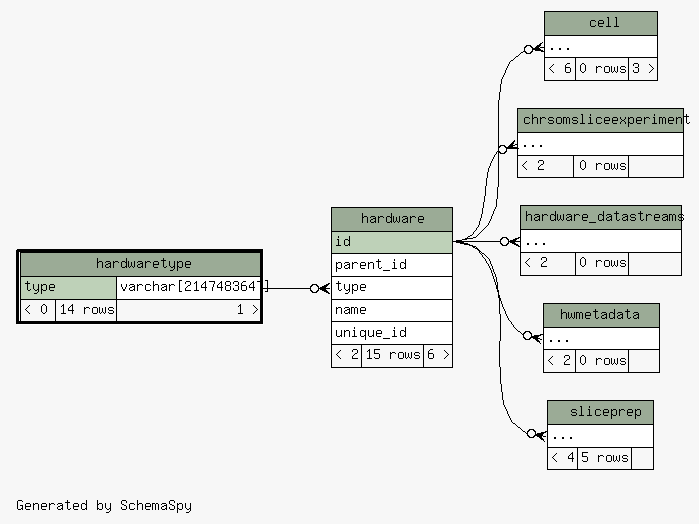
tgbugs/mlab keeps this Graphviz diagram as database/ss/diagrams/hardwaretype.2degrees.png. Above is the earlier version. Its source is kept beside it as database/ss/diagrams/hardwaretype.2degrees.dot.
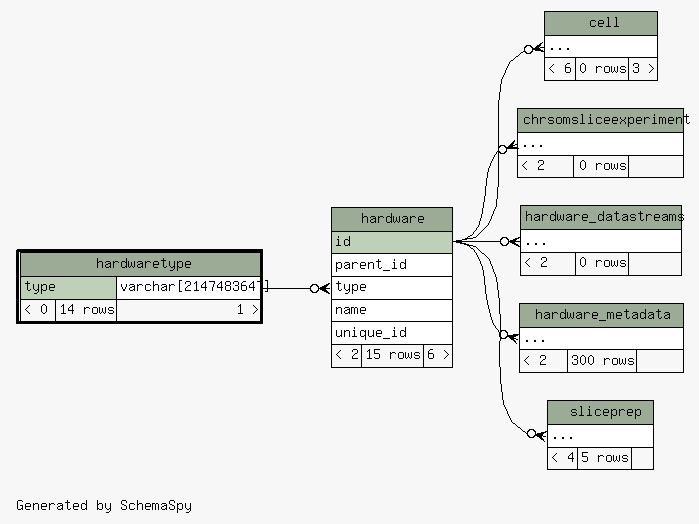
After the change.

What changed in the source:
```diff
@@ -21,7 +21,7 @@
   "chrsomsliceexperiment":"elipses":w -> "hardware":"id":e [arrowhead=none dir=back arrowtail=crowodot];
   "hardware":"type":w -> "hardwaretype":"type.type":e [arrowhead=none dir=back arrowtail=crowodot];
   "hardware_datastreams":"elipses":w -> "hardware":"id":e [arrowhead=none dir=back arrowtail=crowodot];
-  "hwmetadata":"elipses":w -> "hardware":"id":e [arrowhead=none dir=back arrowtail=crowodot];
+  "hardware_metadata":"elipses":w -> "hardware":"id":e [arrowhead=none dir=back arrowtail=crowodot];
   "sliceprep":"elipses":w -> "hardware":"id":e [arrowhead=none dir=back arrowtail=crowodot];
   "cell" [
     label=<
@@ -67,6 +67,16 @@
     URL="hardware_datastreams.html"
     tooltip="hardware_datastreams"
   ];
+  "hardware_metadata" [
+    label=<
+    <TABLE BORDER="0" CELLBORDER="1" CELLSPACING="0" BGCOLOR="#ffffff">
+      <TR><TD COLSPAN="3" BGCOLOR="#9bab96" ALIGN="CENTER">hardware_metadata</TD></TR>
+      <TR><TD PORT="elipses" COLSPAN="3" ALIGN="LEFT">...</TD></TR>
+      <TR><TD ALIGN="LEFT" BGCOLOR="#f7f7f7">&lt; 2</TD><TD ALIGN="RIGHT" BGCOLOR="#f7f7f7">300 rows</TD><TD ALIGN="RIGHT" BGCOLOR="#f7f7f7">  </TD></TR>
+    </TABLE>>
+    URL="hardware_metadata.html"
+    tooltip="hardware_metadata"
+  ];
   "hardwaretype" [
     label=<
     <TABLE BORDER="2" CELLBORDER="1" CELLSPACING="0" BGCOLOR="#ffffff">
@@ -76,16 +86,6 @@
     </TABLE>>
     URL="hardwaretype.html"
     tooltip="hardwaretype"
-  ];
-  "hwmetadata" [
-    label=<
-    <TABLE BORDER="0" CELLBORDER="1" CELLSPACING="0" BGCOLOR="#ffffff">
-      <TR><TD COLSPAN="3" BGCOLOR="#9bab96" ALIGN="CENTER">hwmetadata</TD></TR>
-      <TR><TD PORT="elipses" COLSPAN="3" ALIGN="LEFT">...</TD></TR>
-      <TR><TD ALIGN="LEFT" BGCOLOR="#f7f7f7">&lt; 2</TD><TD ALIGN="RIGHT" BGCOLOR="#f7f7f7">0 rows</TD><TD ALIGN="RIGHT" BGCOLOR="#f7f7f7">  </TD></TR>
-    </TABLE>>
-    URL="hwmetadata.html"
-    tooltip="hwmetadata"
   ];
   "sliceprep" [
     label=<
```
